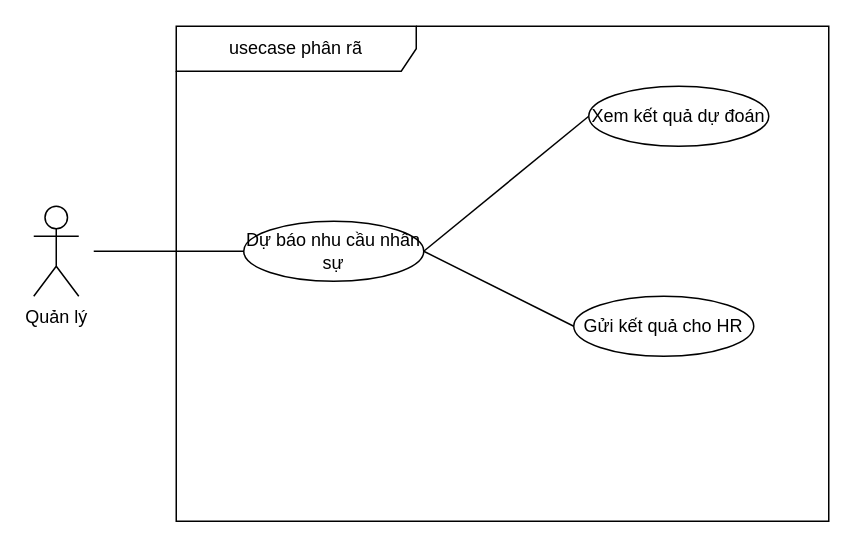
The draw.io diagram design/draw/quản_lý/dubaonhansu.dio in nmtun/datn_hust_2026, before the edit. Source tidied: cells renumbered, new cells numbered last; positions are measured from the earlier drawing's top-left corner, leaving out a move shared by most shapes. Both pictures are drawn from the tidied source at 150%, with x=0, y=0 at pixel (33, 26).
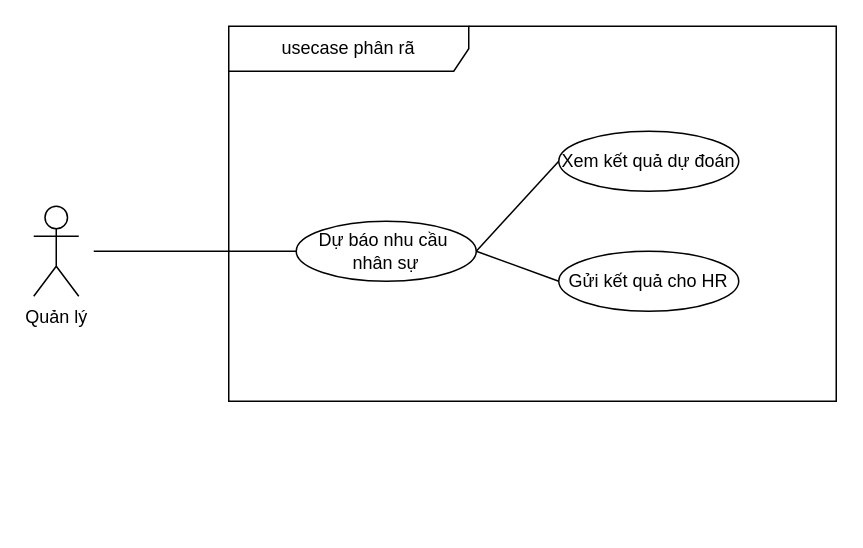
The same page after the edit.

The edit, as a diff of the source:
```diff
@@
 <mxGraphModel>
   <root>
     <mxCell id="0" />
     <mxCell id="1" parent="0" />
     <mxCell id="2" value="usecase phân rã" style="shape=umlFrame;whiteSpace=wrap;html=1;width=160;" parent="1" vertex="1">
-      <mxGeometry x="95" width="435" height="330" as="geometry" />
+      <mxGeometry x="130" width="405" height="250" as="geometry" />
     </mxCell>
-    <mxCell id="3" value="Dự báo nhu cầu nhân sự" style="ellipse;whiteSpace=wrap;html=1;" parent="2" vertex="1">
+    <mxCell id="3" value="Dự báo nhu cầu&amp;nbsp;&lt;div&gt;nhân sự&lt;/div&gt;" style="ellipse;whiteSpace=wrap;html=1;" parent="2" vertex="1">
       <mxGeometry x="45" y="130" width="120" height="40" as="geometry" />
     </mxCell>
     <mxCell id="4" style="endArrow=none;startArrow=none;endFill=0;startFill=0;endSize=8;html=1;verticalAlign=bottom;labelBackgroundColor=none;strokeWidth=1;entryX=0;entryY=0.5;entryDx=0;entryDy=0;exitX=1;exitY=0.5;exitDx=0;exitDy=0;" parent="2" edge="1" source="3" target="5">
       <mxGeometry relative="1" as="geometry" />
     </mxCell>
     <mxCell id="5" value="Xem kết quả dự đoán" style="ellipse;whiteSpace=wrap;html=1;" parent="2" vertex="1">
-      <mxGeometry x="275" y="40" width="120" height="40" as="geometry" />
+      <mxGeometry x="220" y="70" width="120" height="40" as="geometry" />
     </mxCell>
     <mxCell id="6" style="endArrow=none;startArrow=none;endFill=0;startFill=0;endSize=8;html=1;verticalAlign=bottom;labelBackgroundColor=none;strokeWidth=1;entryX=0;entryY=0.5;entryDx=0;entryDy=0;exitX=1;exitY=0.5;exitDx=0;exitDy=0;" parent="2" edge="1" source="3" target="7">
       <mxGeometry relative="1" as="geometry" />
     </mxCell>
     <mxCell id="7" value="Gửi kết quả cho HR" style="ellipse;whiteSpace=wrap;html=1;" parent="2" vertex="1">
-      <mxGeometry x="265" y="180" width="120" height="40" as="geometry" />
+      <mxGeometry x="220" y="150" width="120" height="40" as="geometry" />
     </mxCell>
     <mxCell id="8" value="Quản lý" style="shape=umlActor;verticalLabelPosition=bottom;verticalAlign=top;html=1;" parent="1" vertex="1">
       <mxGeometry y="120" width="30" height="60" as="geometry" />
     </mxCell>
     <mxCell id="9" style="endArrow=none;startArrow=none;endFill=0;startFill=0;endSize=8;html=1;verticalAlign=bottom;labelBackgroundColor=none;strokeWidth=1;entryX=0;entryY=0.5;entryDx=0;entryDy=0;" parent="1" edge="1" target="3">
       <mxGeometry relative="1" as="geometry">
         <mxPoint x="40" y="150" as="sourcePoint" />
       </mxGeometry>
     </mxCell>
   </root>
 </mxGraphModel>
```
